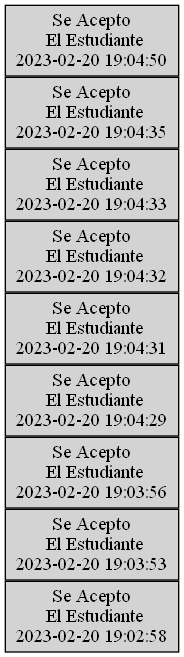
The Graphviz diagram EDD_Proyecto1_Fase1/Reportes/PilaAdmin.png in walterjav19/EDD_1S2023_PY_202111718, before a commit. Its source is kept beside it as EDD_Proyecto1_Fase1/Grafics/PilaAdmin.dot.
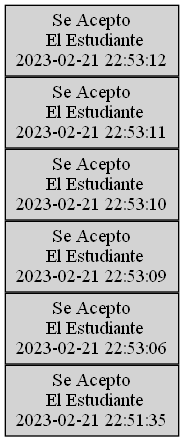
After the commit.

Change to the diagram source:
```diff
@@ -4,29 +4,20 @@
 nodesep=0;
 n0 [label="Se Acepto
  El Estudiante
-2023-02-20 19:02:58"];
+2023-02-21 22:51:35"];
 n1 [label="Se Acepto
  El Estudiante
-2023-02-20 19:03:53"];
+2023-02-21 22:53:06"];
 n2 [label="Se Acepto
  El Estudiante
-2023-02-20 19:03:56"];
+2023-02-21 22:53:09"];
 n3 [label="Se Acepto
  El Estudiante
-2023-02-20 19:04:29"];
+2023-02-21 22:53:10"];
 n4 [label="Se Acepto
  El Estudiante
-2023-02-20 19:04:31"];
+2023-02-21 22:53:11"];
 n5 [label="Se Acepto
  El Estudiante
-2023-02-20 19:04:32"];
-n6 [label="Se Acepto
- El Estudiante
-2023-02-20 19:04:33"];
-n7 [label="Se Acepto
- El Estudiante
-2023-02-20 19:04:35"];
-n8 [label="Se Acepto
- El Estudiante
-2023-02-20 19:04:50"];
+2023-02-21 22:53:12"];
 }
```
